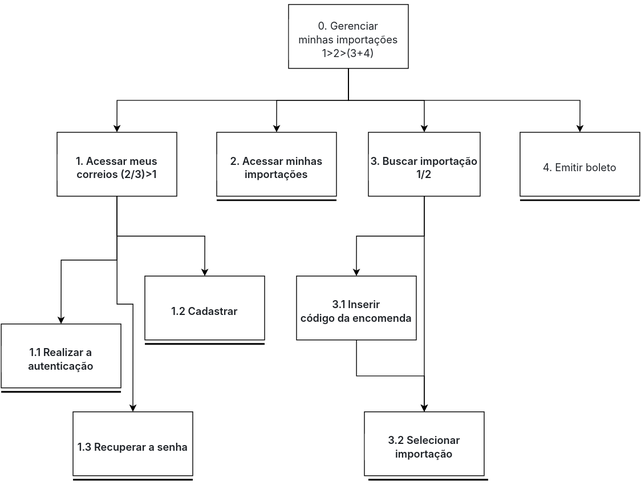
Earlier version of the draw.io export docs/assets/analiseHTA/importacoes.svg (claudiohsc/2024.1-Correios). Source tidied: cells renumbered, new cells last; positions are measured from the earlier drawing's top-left corner, leaving out a move shared by most shapes.
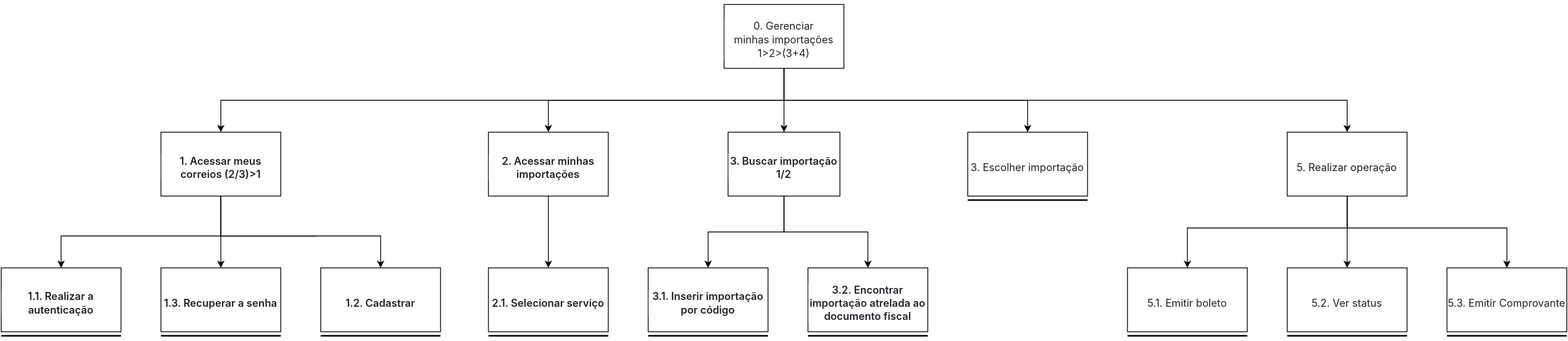
After the change.

Commit message:
update hta importações.

What changed in the source:
```diff
@@ -7,4 +7,4 @@
         <Array as="points">
-          <mxPoint x="435" y="120" />
-          <mxPoint x="145" y="120" />
+          <mxPoint x="730" y="120" />
+          <mxPoint x="25" y="120" />
         </Array>
@@ -13,23 +13,46 @@
     <mxCell id="3" style="edgeStyle=orthogonalEdgeStyle;rounded=0;jettySize=auto;html=1;entryX=0.5;entryY=0;entryDx=0;entryDy=0;" parent="1" edge="1" source="6" target="11">
-      <mxGeometry relative="1" as="geometry" />
+      <mxGeometry relative="1" as="geometry">
+        <Array as="points">
+          <mxPoint x="730" y="120" />
+          <mxPoint x="435" y="120" />
+        </Array>
+      </mxGeometry>
     </mxCell>
-    <mxCell id="4" style="edgeStyle=orthogonalEdgeStyle;rounded=0;jettySize=auto;html=1;entryX=0.5;entryY=0;entryDx=0;entryDy=0;" parent="1" edge="1" source="6" target="14">
+    <mxCell id="4" style="edgeStyle=orthogonalEdgeStyle;rounded=0;jettySize=auto;html=1;" parent="1" edge="1" source="6" target="14">
       <mxGeometry relative="1" as="geometry" />
     </mxCell>
-    <mxCell id="5" style="edgeStyle=orthogonalEdgeStyle;rounded=0;jettySize=auto;html=1;entryX=0.5;entryY=0;entryDx=0;entryDy=0;" parent="1" edge="1" source="6" target="15">
-      <mxGeometry relative="1" as="geometry">
-        <Array as="points">
-          <mxPoint x="435" y="120" />
-          <mxPoint x="725" y="120" />
-        </Array>
-      </mxGeometry>
-    </mxCell>
+    <mxCell id="28" style="edgeStyle=orthogonalEdgeStyle;rounded=0;jettySize=auto;html=1;" parent="1" edge="1" source="6" target="33">
+      <mxGeometry relative="1" as="geometry">
+        <Array as="points">
+          <mxPoint x="730" y="120" />
+          <mxPoint x="1035" y="120" />
+        </Array>
+      </mxGeometry>
+    </mxCell>
+    <mxCell id="29" style="edgeStyle=orthogonalEdgeStyle;rounded=0;jettySize=auto;html=1;" parent="1" edge="1" source="6" target="37">
+      <mxGeometry relative="1" as="geometry">
+        <Array as="points">
+          <mxPoint x="730" y="120" />
+          <mxPoint x="1435" y="120" />
+        </Array>
+      </mxGeometry>
+    </mxCell>
     <mxCell id="6" value="&lt;h3 style=&quot;box-sizing: border-box; margin-top: 24px; margin-bottom: 16px; line-height: 130%; color: rgb(31, 35, 40); font-family: -apple-system, BlinkMacSystemFont, &amp;quot;Segoe UI&amp;quot;, &amp;quot;Noto Sans&amp;quot;, Helvetica, Arial, sans-serif, &amp;quot;Apple Color Emoji&amp;quot;, &amp;quot;Segoe UI Emoji&amp;quot;; background-color: rgb(255, 255, 255); font-size: 13px;&quot; dir=&quot;auto&quot; class=&quot;heading-element&quot; tabindex=&quot;-1&quot;&gt;&lt;span style=&quot;font-weight: normal; font-size: 13px;&quot;&gt;&lt;font style=&quot;font-size: 13px;&quot;&gt;0. Gerenciar minhas&lt;/font&gt;&amp;nbsp;importações 1&amp;gt;2&amp;gt;(3+4)&lt;/span&gt;&lt;/h3&gt;" style="rounded=0;whiteSpace=wrap;html=1;align=center;verticalAlign=middle;fontSize=13;" parent="1" vertex="1">
-      <mxGeometry x="360" width="150" height="80" as="geometry" />
+      <mxGeometry x="655" width="150" height="80" as="geometry" />
     </mxCell>
     <mxCell id="7" style="edgeStyle=orthogonalEdgeStyle;rounded=0;jettySize=auto;html=1;entryX=0.5;entryY=0;entryDx=0;entryDy=0;" parent="1" edge="1" source="10" target="16">
-      <mxGeometry relative="1" as="geometry" />
+      <mxGeometry relative="1" as="geometry">
+        <Array as="points">
+          <mxPoint x="145" y="290" />
+          <mxPoint x="-55" y="290" />
+        </Array>
+      </mxGeometry>
     </mxCell>
     <mxCell id="8" style="edgeStyle=orthogonalEdgeStyle;rounded=0;jettySize=auto;html=1;entryX=0.5;entryY=0;entryDx=0;entryDy=0;" parent="1" edge="1" source="10" target="18">
-      <mxGeometry relative="1" as="geometry" />
+      <mxGeometry relative="1" as="geometry">
+        <Array as="points">
+          <mxPoint x="145" y="290" />
+          <mxPoint x="345" y="290" />
+        </Array>
+      </mxGeometry>
     </mxCell>
@@ -39,6 +62,9 @@
     <mxCell id="10" value="&lt;h3 style=&quot;box-sizing: border-box; margin-top: 24px; margin-bottom: 16px; font-size: 13px; font-weight: var(--base-text-weight-semibold, 600); line-height: 1.25; color: rgb(31, 35, 40); font-family: -apple-system, BlinkMacSystemFont, &amp;quot;Segoe UI&amp;quot;, &amp;quot;Noto Sans&amp;quot;, Helvetica, Arial, sans-serif, &amp;quot;Apple Color Emoji&amp;quot;, &amp;quot;Segoe UI Emoji&amp;quot;; background-color: rgb(255, 255, 255);&quot; dir=&quot;auto&quot; class=&quot;heading-element&quot; tabindex=&quot;-1&quot;&gt;1. Acessar meus correios (2/3)&amp;gt;1&lt;/h3&gt;" style="rounded=0;whiteSpace=wrap;html=1;align=center;fontSize=13;" parent="1" vertex="1">
-      <mxGeometry x="70" y="160" width="150" height="80" as="geometry" />
+      <mxGeometry x="-50" y="160" width="150" height="80" as="geometry" />
     </mxCell>
+    <mxCell id="30" style="edgeStyle=orthogonalEdgeStyle;rounded=0;jettySize=auto;html=1;entryX=0.5;entryY=0;entryDx=0;entryDy=0;" parent="1" edge="1" source="11" target="31">
+      <mxGeometry relative="1" as="geometry" />
+    </mxCell>
     <mxCell id="11" value="&lt;h3 style=&quot;box-sizing: border-box; margin-top: 24px; margin-bottom: 16px; font-size: 13px; font-weight: var(--base-text-weight-semibold, 600); line-height: 1.25; color: rgb(31, 35, 40); font-family: -apple-system, BlinkMacSystemFont, &amp;quot;Segoe UI&amp;quot;, &amp;quot;Noto Sans&amp;quot;, Helvetica, Arial, sans-serif, &amp;quot;Apple Color Emoji&amp;quot;, &amp;quot;Segoe UI Emoji&amp;quot;; background-color: rgb(255, 255, 255);&quot; dir=&quot;auto&quot; class=&quot;heading-element&quot; tabindex=&quot;-1&quot;&gt;2. Acessar minhas importações&lt;/h3&gt;" style="rounded=0;whiteSpace=wrap;html=1;align=center;fontSize=13;verticalAlign=middle;" parent="1" vertex="1">
-      <mxGeometry x="270" y="160" width="150" height="80" as="geometry" />
+      <mxGeometry x="360" y="160" width="150" height="80" as="geometry" />
     </mxCell>
@@ -51,43 +77,86 @@
     <mxCell id="14" value="&lt;h3 style=&quot;box-sizing: border-box; margin-top: 24px; margin-bottom: 16px; font-size: 13px; font-weight: var(--base-text-weight-semibold, 600); line-height: 1.25; color: rgb(31, 35, 40); font-family: -apple-system, BlinkMacSystemFont, &amp;quot;Segoe UI&amp;quot;, &amp;quot;Noto Sans&amp;quot;, Helvetica, Arial, sans-serif, &amp;quot;Apple Color Emoji&amp;quot;, &amp;quot;Segoe UI Emoji&amp;quot;; background-color: rgb(255, 255, 255);&quot; dir=&quot;auto&quot; class=&quot;heading-element&quot; tabindex=&quot;-1&quot;&gt;3. Buscar importação 1/2&lt;/h3&gt;" style="rounded=0;whiteSpace=wrap;html=1;align=center;fontSize=13;" parent="1" vertex="1">
-      <mxGeometry x="460" y="160" width="140" height="80" as="geometry" />
+      <mxGeometry x="660" y="160" width="140" height="80" as="geometry" />
     </mxCell>
-    <mxCell id="15" value="&lt;h3 style=&quot;box-sizing: border-box; margin-top: 24px; margin-bottom: 16px; font-size: 13px; line-height: 1.25; color: rgb(31, 35, 40); font-family: -apple-system, BlinkMacSystemFont, &amp;quot;Segoe UI&amp;quot;, &amp;quot;Noto Sans&amp;quot;, Helvetica, Arial, sans-serif, &amp;quot;Apple Color Emoji&amp;quot;, &amp;quot;Segoe UI Emoji&amp;quot;; background-color: rgb(255, 255, 255);&quot; dir=&quot;auto&quot; class=&quot;heading-element&quot; tabindex=&quot;-1&quot;&gt;&lt;span style=&quot;font-weight: normal; font-size: 13px;&quot;&gt;4. Emitir boleto&lt;/span&gt;&lt;/h3&gt;" style="rounded=0;whiteSpace=wrap;html=1;align=center;fontStyle=0;fontSize=13;" parent="1" vertex="1">
-      <mxGeometry x="650" y="160" width="150" height="80" as="geometry" />
+    <mxCell id="15" value="&lt;h3 style=&quot;box-sizing: border-box; margin-top: 24px; margin-bottom: 16px; font-size: 13px; line-height: 1.25; color: rgb(31, 35, 40); font-family: -apple-system, BlinkMacSystemFont, &amp;quot;Segoe UI&amp;quot;, &amp;quot;Noto Sans&amp;quot;, Helvetica, Arial, sans-serif, &amp;quot;Apple Color Emoji&amp;quot;, &amp;quot;Segoe UI Emoji&amp;quot;; background-color: rgb(255, 255, 255);&quot; dir=&quot;auto&quot; class=&quot;heading-element&quot; tabindex=&quot;-1&quot;&gt;&lt;span style=&quot;font-weight: normal; font-size: 13px;&quot;&gt;5.1. Emitir boleto&lt;/span&gt;&lt;/h3&gt;" style="rounded=0;whiteSpace=wrap;html=1;align=center;fontStyle=0;fontSize=13;" parent="1" vertex="1">
+      <mxGeometry x="1160" y="330" width="150" height="80" as="geometry" />
     </mxCell>
-    <mxCell id="16" value="&lt;h3 style=&quot;box-sizing: border-box; margin-top: 24px; margin-bottom: 16px; font-size: 13px; font-weight: var(--base-text-weight-semibold, 600); line-height: 1.25; color: rgb(31, 35, 40); font-family: -apple-system, BlinkMacSystemFont, &amp;quot;Segoe UI&amp;quot;, &amp;quot;Noto Sans&amp;quot;, Helvetica, Arial, sans-serif, &amp;quot;Apple Color Emoji&amp;quot;, &amp;quot;Segoe UI Emoji&amp;quot;; background-color: rgb(255, 255, 255);&quot; dir=&quot;auto&quot; class=&quot;heading-element&quot; tabindex=&quot;-1&quot;&gt;1.1 Realizar a autenticação&lt;/h3&gt;" style="rounded=0;whiteSpace=wrap;html=1;align=center;fontSize=13;" parent="1" vertex="1">
-      <mxGeometry y="400" width="150" height="80" as="geometry" />
+    <mxCell id="16" value="&lt;h3 style=&quot;box-sizing: border-box; margin-top: 24px; margin-bottom: 16px; font-size: 13px; font-weight: var(--base-text-weight-semibold, 600); line-height: 1.25; color: rgb(31, 35, 40); font-family: -apple-system, BlinkMacSystemFont, &amp;quot;Segoe UI&amp;quot;, &amp;quot;Noto Sans&amp;quot;, Helvetica, Arial, sans-serif, &amp;quot;Apple Color Emoji&amp;quot;, &amp;quot;Segoe UI Emoji&amp;quot;; background-color: rgb(255, 255, 255);&quot; dir=&quot;auto&quot; class=&quot;heading-element&quot; tabindex=&quot;-1&quot;&gt;1.1. Realizar a autenticação&lt;/h3&gt;" style="rounded=0;whiteSpace=wrap;html=1;align=center;fontSize=13;" parent="1" vertex="1">
+      <mxGeometry x="-250" y="330" width="150" height="80" as="geometry" />
     </mxCell>
-    <mxCell id="17" value="&lt;h3 style=&quot;box-sizing: border-box; margin-top: 24px; margin-bottom: 16px; font-size: 13px; font-weight: var(--base-text-weight-semibold, 600); line-height: 1.25; color: rgb(31, 35, 40); font-family: -apple-system, BlinkMacSystemFont, &amp;quot;Segoe UI&amp;quot;, &amp;quot;Noto Sans&amp;quot;, Helvetica, Arial, sans-serif, &amp;quot;Apple Color Emoji&amp;quot;, &amp;quot;Segoe UI Emoji&amp;quot;; background-color: rgb(255, 255, 255);&quot; dir=&quot;auto&quot; class=&quot;heading-element&quot; tabindex=&quot;-1&quot;&gt;1.3 Recuperar a senha&lt;/h3&gt;" style="rounded=0;whiteSpace=wrap;html=1;align=center;fontSize=13;" parent="1" vertex="1">
-      <mxGeometry x="90" y="510" width="150" height="80" as="geometry" />
+    <mxCell id="17" value="&lt;h3 style=&quot;box-sizing: border-box; margin-top: 24px; margin-bottom: 16px; font-size: 13px; font-weight: var(--base-text-weight-semibold, 600); line-height: 1.25; color: rgb(31, 35, 40); font-family: -apple-system, BlinkMacSystemFont, &amp;quot;Segoe UI&amp;quot;, &amp;quot;Noto Sans&amp;quot;, Helvetica, Arial, sans-serif, &amp;quot;Apple Color Emoji&amp;quot;, &amp;quot;Segoe UI Emoji&amp;quot;; background-color: rgb(255, 255, 255);&quot; dir=&quot;auto&quot; class=&quot;heading-element&quot; tabindex=&quot;-1&quot;&gt;1.3. Recuperar a senha&lt;/h3&gt;" style="rounded=0;whiteSpace=wrap;html=1;align=center;fontSize=13;" parent="1" vertex="1">
+      <mxGeometry x="-50" y="330" width="150" height="80" as="geometry" />
     </mxCell>
-    <mxCell id="18" value="&lt;h3 style=&quot;box-sizing: border-box; margin-top: 24px; margin-bottom: 16px; font-size: 13px; font-weight: var(--base-text-weight-semibold, 600); line-height: 1.25; color: rgb(31, 35, 40); font-family: -apple-system, BlinkMacSystemFont, &amp;quot;Segoe UI&amp;quot;, &amp;quot;Noto Sans&amp;quot;, Helvetica, Arial, sans-serif, &amp;quot;Apple Color Emoji&amp;quot;, &amp;quot;Segoe UI Emoji&amp;quot;; background-color: rgb(255, 255, 255);&quot; dir=&quot;auto&quot; class=&quot;heading-element&quot; tabindex=&quot;-1&quot;&gt;1.2 Cadastrar&lt;/h3&gt;" style="rounded=0;whiteSpace=wrap;html=1;align=center;fontSize=13;" parent="1" vertex="1">
-      <mxGeometry x="180" y="340" width="150" height="80" as="geometry" />
+    <mxCell id="18" value="&lt;h3 style=&quot;box-sizing: border-box; margin-top: 24px; margin-bottom: 16px; font-size: 13px; font-weight: var(--base-text-weight-semibold, 600); line-height: 1.25; color: rgb(31, 35, 40); font-family: -apple-system, BlinkMacSystemFont, &amp;quot;Segoe UI&amp;quot;, &amp;quot;Noto Sans&amp;quot;, Helvetica, Arial, sans-serif, &amp;quot;Apple Color Emoji&amp;quot;, &amp;quot;Segoe UI Emoji&amp;quot;; background-color: rgb(255, 255, 255);&quot; dir=&quot;auto&quot; class=&quot;heading-element&quot; tabindex=&quot;-1&quot;&gt;1.2. Cadastrar&lt;/h3&gt;" style="rounded=0;whiteSpace=wrap;html=1;align=center;fontSize=13;" parent="1" vertex="1">
+      <mxGeometry x="150" y="330" width="150" height="80" as="geometry" />
     </mxCell>
-    <mxCell id="19" style="edgeStyle=orthogonalEdgeStyle;rounded=0;jettySize=auto;html=1;entryX=0.5;entryY=0;entryDx=0;entryDy=0;" parent="1" edge="1" source="20" target="21">
-      <mxGeometry relative="1" as="geometry" />
-    </mxCell>
-    <mxCell id="20" value="&lt;h3 style=&quot;box-sizing: border-box; margin-top: 24px; margin-bottom: 16px; font-size: 13px; font-weight: var(--base-text-weight-semibold, 600); line-height: 1.25; color: rgb(31, 35, 40); font-family: -apple-system, BlinkMacSystemFont, &amp;quot;Segoe UI&amp;quot;, &amp;quot;Noto Sans&amp;quot;, Helvetica, Arial, sans-serif, &amp;quot;Apple Color Emoji&amp;quot;, &amp;quot;Segoe UI Emoji&amp;quot;; background-color: rgb(255, 255, 255);&quot; dir=&quot;auto&quot; class=&quot;heading-element&quot; tabindex=&quot;-1&quot;&gt;3.1 Inserir&lt;br/&gt;código da encomenda&lt;/h3&gt;" style="rounded=0;whiteSpace=wrap;html=1;align=center;fontSize=13;" parent="1" vertex="1">
-      <mxGeometry x="370" y="340" width="150" height="80" as="geometry" />
+    <mxCell id="20" value="&lt;h3 style=&quot;box-sizing: border-box; margin-top: 24px; margin-bottom: 16px; font-size: 13px; font-weight: var(--base-text-weight-semibold, 600); line-height: 1.25; color: rgb(31, 35, 40); font-family: -apple-system, BlinkMacSystemFont, &amp;quot;Segoe UI&amp;quot;, &amp;quot;Noto Sans&amp;quot;, Helvetica, Arial, sans-serif, &amp;quot;Apple Color Emoji&amp;quot;, &amp;quot;Segoe UI Emoji&amp;quot;; background-color: rgb(255, 255, 255);&quot; dir=&quot;auto&quot; class=&quot;heading-element&quot; tabindex=&quot;-1&quot;&gt;3.1. Inserir importação por código&lt;/h3&gt;" style="rounded=0;whiteSpace=wrap;html=1;align=center;fontSize=13;" parent="1" vertex="1">
+      <mxGeometry x="560" y="330" width="150" height="80" as="geometry" />
     </mxCell>
-    <mxCell id="21" value="&lt;h3 style=&quot;box-sizing: border-box; margin-top: 24px; margin-bottom: 16px; font-size: 13px; font-weight: var(--base-text-weight-semibold, 600); line-height: 1.25; color: rgb(31, 35, 40); font-family: -apple-system, BlinkMacSystemFont, &amp;quot;Segoe UI&amp;quot;, &amp;quot;Noto Sans&amp;quot;, Helvetica, Arial, sans-serif, &amp;quot;Apple Color Emoji&amp;quot;, &amp;quot;Segoe UI Emoji&amp;quot;; background-color: rgb(255, 255, 255);&quot; dir=&quot;auto&quot; class=&quot;heading-element&quot; tabindex=&quot;-1&quot;&gt;3.2 Selecionar importação&lt;/h3&gt;" style="rounded=0;whiteSpace=wrap;html=1;align=center;fontSize=13;" parent="1" vertex="1">
-      <mxGeometry x="455" y="510" width="150" height="80" as="geometry" />
+    <mxCell id="21" value="&lt;h3 style=&quot;box-sizing: border-box; margin-top: 24px; margin-bottom: 16px; font-size: 13px; font-weight: var(--base-text-weight-semibold, 600); line-height: 1.25; color: rgb(31, 35, 40); font-family: -apple-system, BlinkMacSystemFont, &amp;quot;Segoe UI&amp;quot;, &amp;quot;Noto Sans&amp;quot;, Helvetica, Arial, sans-serif, &amp;quot;Apple Color Emoji&amp;quot;, &amp;quot;Segoe UI Emoji&amp;quot;; background-color: rgb(255, 255, 255);&quot; dir=&quot;auto&quot; class=&quot;heading-element&quot; tabindex=&quot;-1&quot;&gt;3.2. Encontrar importação atrelada ao documento fiscal&lt;/h3&gt;" style="rounded=0;whiteSpace=wrap;html=1;align=center;fontSize=13;" parent="1" vertex="1">
+      <mxGeometry x="760" y="330" width="150" height="80" as="geometry" />
     </mxCell>
     <mxCell id="22" style="line;strokeWidth=2;html=1;" parent="1" vertex="1">
-      <mxGeometry y="480" width="150" height="10" as="geometry" />
+      <mxGeometry x="-250" y="410" width="150" height="10" as="geometry" />
     </mxCell>
     <mxCell id="23" style="line;strokeWidth=2;html=1;" parent="1" vertex="1">
-      <mxGeometry x="90" y="590" width="150" height="10" as="geometry" />
+      <mxGeometry x="-50" y="410" width="150" height="10" as="geometry" />
     </mxCell>
     <mxCell id="24" style="line;strokeWidth=2;html=1;" parent="1" vertex="1">
-      <mxGeometry x="180" y="420" width="150" height="10" as="geometry" />
+      <mxGeometry x="150" y="410" width="150" height="10" as="geometry" />
     </mxCell>
     <mxCell id="25" style="line;strokeWidth=2;html=1;" parent="1" vertex="1">
-      <mxGeometry x="270" y="240" width="150" height="10" as="geometry" />
+      <mxGeometry x="360" y="410" width="150" height="10" as="geometry" />
     </mxCell>
     <mxCell id="26" style="line;strokeWidth=2;html=1;" parent="1" vertex="1">
-      <mxGeometry x="460" y="590" width="150" height="10" as="geometry" />
+      <mxGeometry x="760" y="410" width="150" height="10" as="geometry" />
     </mxCell>
-    <mxCell id="27" style="line;strokeWidth=2;html=1;" parent="1" vertex="1">
-      <mxGeometry x="650" y="240" width="150" height="10" as="geometry" />
-    </mxCell>
+    <mxCell id="31" value="&lt;h3 style=&quot;box-sizing: border-box; margin-top: 24px; margin-bottom: 16px; font-size: 13px; font-weight: var(--base-text-weight-semibold, 600); line-height: 1.25; color: rgb(31, 35, 40); font-family: -apple-system, BlinkMacSystemFont, &amp;quot;Segoe UI&amp;quot;, &amp;quot;Noto Sans&amp;quot;, Helvetica, Arial, sans-serif, &amp;quot;Apple Color Emoji&amp;quot;, &amp;quot;Segoe UI Emoji&amp;quot;; background-color: rgb(255, 255, 255);&quot; dir=&quot;auto&quot; class=&quot;heading-element&quot; tabindex=&quot;-1&quot;&gt;2.1. Selecionar serviço&lt;/h3&gt;" style="rounded=0;whiteSpace=wrap;html=1;align=center;fontSize=13;verticalAlign=middle;" parent="1" vertex="1">
+      <mxGeometry x="360" y="330" width="150" height="80" as="geometry" />
+    </mxCell>
+    <mxCell id="32" style="line;strokeWidth=2;html=1;" parent="1" vertex="1">
+      <mxGeometry x="560" y="410" width="150" height="10" as="geometry" />
+    </mxCell>
+    <mxCell id="33" value="&lt;h3 style=&quot;box-sizing: border-box; margin-top: 24px; margin-bottom: 16px; font-size: 13px; line-height: 1.25; color: rgb(31, 35, 40); font-family: -apple-system, BlinkMacSystemFont, &amp;quot;Segoe UI&amp;quot;, &amp;quot;Noto Sans&amp;quot;, Helvetica, Arial, sans-serif, &amp;quot;Apple Color Emoji&amp;quot;, &amp;quot;Segoe UI Emoji&amp;quot;; background-color: rgb(255, 255, 255);&quot; dir=&quot;auto&quot; class=&quot;heading-element&quot; tabindex=&quot;-1&quot;&gt;&lt;span style=&quot;font-weight: normal; font-size: 13px;&quot;&gt;3. Escolher importação&lt;/span&gt;&lt;/h3&gt;" style="rounded=0;whiteSpace=wrap;html=1;align=center;fontStyle=0;fontSize=13;" parent="1" vertex="1">
+      <mxGeometry x="960" y="160" width="150" height="80" as="geometry" />
+    </mxCell>
+    <mxCell id="34" style="edgeStyle=orthogonalEdgeStyle;rounded=0;jettySize=auto;html=1;" parent="1" edge="1" source="37" target="15">
+      <mxGeometry relative="1" as="geometry">
+        <Array as="points">
+          <mxPoint x="1435" y="280" />
+          <mxPoint x="1235" y="280" />
+        </Array>
+      </mxGeometry>
+    </mxCell>
+    <mxCell id="35" style="edgeStyle=orthogonalEdgeStyle;rounded=0;jettySize=auto;html=1;" parent="1" edge="1" source="37" target="38">
+      <mxGeometry relative="1" as="geometry" />
+    </mxCell>
+    <mxCell id="36" style="edgeStyle=orthogonalEdgeStyle;rounded=0;jettySize=auto;html=1;entryX=0.5;entryY=0;entryDx=0;entryDy=0;" parent="1" edge="1" source="37" target="39">
+      <mxGeometry relative="1" as="geometry">
+        <Array as="points">
+          <mxPoint x="1435" y="280" />
+          <mxPoint x="1635" y="280" />
+        </Array>
+      </mxGeometry>
+    </mxCell>
+    <mxCell id="37" value="&lt;h3 style=&quot;box-sizing: border-box; margin-top: 24px; margin-bottom: 16px; font-size: 13px; line-height: 1.25; color: rgb(31, 35, 40); font-family: -apple-system, BlinkMacSystemFont, &amp;quot;Segoe UI&amp;quot;, &amp;quot;Noto Sans&amp;quot;, Helvetica, Arial, sans-serif, &amp;quot;Apple Color Emoji&amp;quot;, &amp;quot;Segoe UI Emoji&amp;quot;; background-color: rgb(255, 255, 255);&quot; dir=&quot;auto&quot; class=&quot;heading-element&quot; tabindex=&quot;-1&quot;&gt;&lt;span style=&quot;font-weight: 400;&quot;&gt;5. Realizar operação&lt;/span&gt;&lt;/h3&gt;" style="rounded=0;whiteSpace=wrap;html=1;align=center;fontStyle=0;fontSize=13;" parent="1" vertex="1">
+      <mxGeometry x="1360" y="160" width="150" height="80" as="geometry" />
+    </mxCell>
+    <mxCell id="38" value="&lt;h3 style=&quot;box-sizing: border-box; margin-top: 24px; margin-bottom: 16px; font-size: 13px; line-height: 1.25; color: rgb(31, 35, 40); font-family: -apple-system, BlinkMacSystemFont, &amp;quot;Segoe UI&amp;quot;, &amp;quot;Noto Sans&amp;quot;, Helvetica, Arial, sans-serif, &amp;quot;Apple Color Emoji&amp;quot;, &amp;quot;Segoe UI Emoji&amp;quot;; background-color: rgb(255, 255, 255);&quot; dir=&quot;auto&quot; class=&quot;heading-element&quot; tabindex=&quot;-1&quot;&gt;&lt;span style=&quot;font-weight: normal; font-size: 13px;&quot;&gt;5.2. Ver status&lt;/span&gt;&lt;/h3&gt;" style="rounded=0;whiteSpace=wrap;html=1;align=center;fontStyle=0;fontSize=13;" parent="1" vertex="1">
+      <mxGeometry x="1360" y="330" width="150" height="80" as="geometry" />
+    </mxCell>
+    <mxCell id="39" value="&lt;h3 style=&quot;box-sizing: border-box; margin-top: 24px; margin-bottom: 16px; font-size: 13px; line-height: 1.25; color: rgb(31, 35, 40); font-family: -apple-system, BlinkMacSystemFont, &amp;quot;Segoe UI&amp;quot;, &amp;quot;Noto Sans&amp;quot;, Helvetica, Arial, sans-serif, &amp;quot;Apple Color Emoji&amp;quot;, &amp;quot;Segoe UI Emoji&amp;quot;; background-color: rgb(255, 255, 255);&quot; dir=&quot;auto&quot; class=&quot;heading-element&quot; tabindex=&quot;-1&quot;&gt;&lt;span style=&quot;font-weight: normal; font-size: 13px;&quot;&gt;5.3. Emitir Comprovante&lt;/span&gt;&lt;/h3&gt;" style="rounded=0;whiteSpace=wrap;html=1;align=center;fontStyle=0;fontSize=13;" parent="1" vertex="1">
+      <mxGeometry x="1560" y="330" width="150" height="80" as="geometry" />
+    </mxCell>
+    <mxCell id="40" style="line;strokeWidth=2;html=1;" parent="1" vertex="1">
+      <mxGeometry x="960" y="240" width="150" height="10" as="geometry" />
+    </mxCell>
+    <mxCell id="41" style="line;strokeWidth=2;html=1;" parent="1" vertex="1">
+      <mxGeometry x="1160" y="410" width="150" height="10" as="geometry" />
+    </mxCell>
+    <mxCell id="42" style="line;strokeWidth=2;html=1;" parent="1" vertex="1">
+      <mxGeometry x="1360" y="410" width="150" height="10" as="geometry" />
+    </mxCell>
+    <mxCell id="43" style="line;strokeWidth=2;html=1;" parent="1" vertex="1">
+      <mxGeometry x="1560" y="410" width="150" height="10" as="geometry" />
+    </mxCell>
   </root>
```
